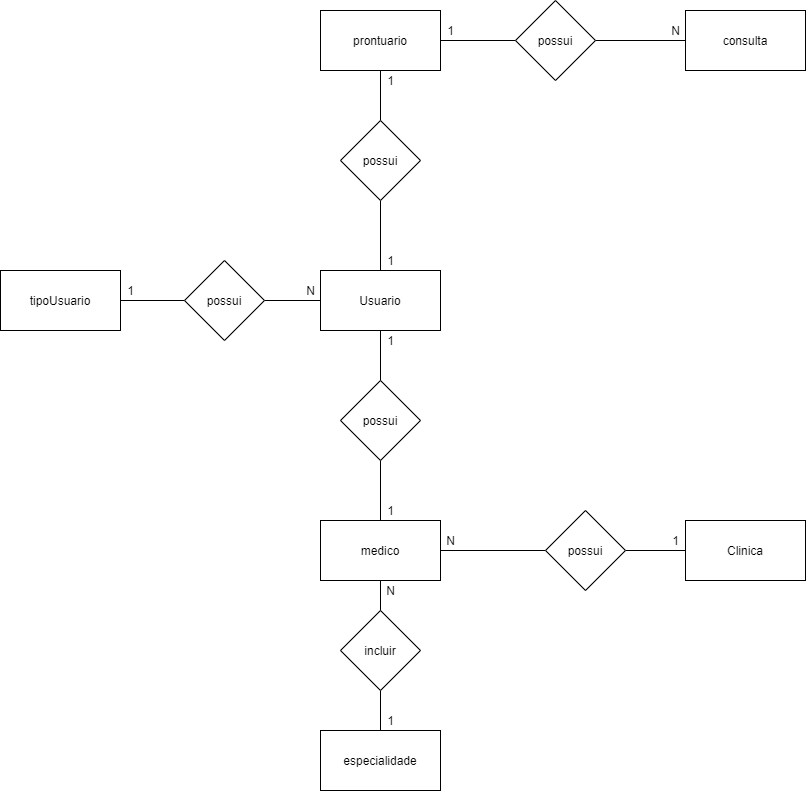
Before: sp med. group/modelagens/modelagem-sp-med-group-conceitual.png, a diagram exported from draw.io (Pedro-B-Alves/senai_sprint1_bd). Source tidied: cells renumbered, new cells last; positions are measured from the earlier drawing's top-left corner, leaving out a move shared by most shapes. The source it was exported from:
```xml
<mxGraphModel>
  <root>
    <mxCell id="0" />
    <mxCell id="1" parent="0" />
    <mxCell id="2" style="edgeStyle=orthogonalEdgeStyle;rounded=0;jettySize=auto;html=1;exitX=1;exitY=0.5;exitDx=0;exitDy=0;entryX=0;entryY=0.5;entryDx=0;entryDy=0;endArrow=none;endFill=0;" parent="1" edge="1" source="3" target="36">
      <mxGeometry relative="1" as="geometry" />
    </mxCell>
    <mxCell id="3" value="prontuario" style="rounded=0;whiteSpace=wrap;html=1;" parent="1" vertex="1">
      <mxGeometry x="320" y="10" width="120" height="60" as="geometry" />
    </mxCell>
    <mxCell id="4" style="edgeStyle=orthogonalEdgeStyle;rounded=0;jettySize=auto;html=1;exitX=1;exitY=0.5;exitDx=0;exitDy=0;entryX=0;entryY=0.5;entryDx=0;entryDy=0;endArrow=none;endFill=0;" parent="1" edge="1" source="5" target="11">
      <mxGeometry relative="1" as="geometry" />
    </mxCell>
    <mxCell id="5" value="tipoUsuario" style="rounded=0;whiteSpace=wrap;html=1;" parent="1" vertex="1">
      <mxGeometry y="270" width="120" height="60" as="geometry" />
    </mxCell>
    <mxCell id="6" style="edgeStyle=orthogonalEdgeStyle;rounded=0;jettySize=auto;html=1;exitX=0.5;exitY=0;exitDx=0;exitDy=0;entryX=0.5;entryY=1;entryDx=0;entryDy=0;endArrow=none;endFill=0;" parent="1" edge="1" source="7" target="16">
      <mxGeometry relative="1" as="geometry" />
    </mxCell>
    <mxCell id="7" value="Usuario" style="rounded=0;whiteSpace=wrap;html=1;" parent="1" vertex="1">
      <mxGeometry x="320" y="270" width="120" height="60" as="geometry" />
    </mxCell>
    <mxCell id="8" value="consulta" style="rounded=0;whiteSpace=wrap;html=1;" parent="1" vertex="1">
      <mxGeometry x="685" y="10" width="120" height="60" as="geometry" />
    </mxCell>
    <mxCell id="9" value="Clinica" style="rounded=0;whiteSpace=wrap;html=1;" parent="1" vertex="1">
      <mxGeometry x="685" y="520" width="120" height="60" as="geometry" />
    </mxCell>
    <mxCell id="10" style="edgeStyle=orthogonalEdgeStyle;rounded=0;jettySize=auto;html=1;exitX=1;exitY=0.5;exitDx=0;exitDy=0;endArrow=none;endFill=0;" parent="1" edge="1" source="11" target="7">
      <mxGeometry relative="1" as="geometry" />
    </mxCell>
    <mxCell id="11" value="possui" style="rhombus;whiteSpace=wrap;html=1;" parent="1" vertex="1">
      <mxGeometry x="184" y="260" width="80" height="80" as="geometry" />
    </mxCell>
    <mxCell id="12" style="edgeStyle=orthogonalEdgeStyle;rounded=0;jettySize=auto;html=1;exitX=0.5;exitY=1;exitDx=0;exitDy=0;entryX=0.5;entryY=0;entryDx=0;entryDy=0;endArrow=none;endFill=0;" parent="1" edge="1" source="14" target="18">
      <mxGeometry relative="1" as="geometry" />
    </mxCell>
    <mxCell id="13" style="edgeStyle=orthogonalEdgeStyle;rounded=0;jettySize=auto;html=1;exitX=1;exitY=0.5;exitDx=0;exitDy=0;entryX=0;entryY=0.5;entryDx=0;entryDy=0;endArrow=none;endFill=0;" parent="1" edge="1" source="14" target="24">
      <mxGeometry relative="1" as="geometry" />
    </mxCell>
    <mxCell id="14" value="medico" style="rounded=0;whiteSpace=wrap;html=1;" parent="1" vertex="1">
      <mxGeometry x="320" y="520" width="120" height="60" as="geometry" />
    </mxCell>
    <mxCell id="15" style="edgeStyle=orthogonalEdgeStyle;rounded=0;jettySize=auto;html=1;exitX=0.5;exitY=0;exitDx=0;exitDy=0;endArrow=none;endFill=0;" parent="1" edge="1" source="16" target="3">
      <mxGeometry relative="1" as="geometry" />
    </mxCell>
    <mxCell id="16" value="possui" style="rhombus;whiteSpace=wrap;html=1;" parent="1" vertex="1">
      <mxGeometry x="340" y="120" width="80" height="80" as="geometry" />
    </mxCell>
    <mxCell id="17" style="edgeStyle=orthogonalEdgeStyle;rounded=0;jettySize=auto;html=1;exitX=0.5;exitY=1;exitDx=0;exitDy=0;entryX=0.5;entryY=0;entryDx=0;entryDy=0;endArrow=none;endFill=0;" parent="1" edge="1" source="18" target="19">
      <mxGeometry relative="1" as="geometry" />
    </mxCell>
    <mxCell id="18" value="incluir" style="rhombus;whiteSpace=wrap;html=1;" parent="1" vertex="1">
      <mxGeometry x="340" y="610" width="80" height="80" as="geometry" />
    </mxCell>
    <mxCell id="19" value="especialidade" style="rounded=0;whiteSpace=wrap;html=1;" parent="1" vertex="1">
      <mxGeometry x="320" y="730" width="120" height="60" as="geometry" />
    </mxCell>
    <mxCell id="20" value="1" style="text;html=1;align=center;verticalAlign=middle;" parent="1" vertex="1">
      <mxGeometry x="380" y="710" width="20" height="20" as="geometry" />
    </mxCell>
    <mxCell id="21" value="1" style="text;html=1;align=center;verticalAlign=middle;" parent="1" vertex="1">
      <mxGeometry x="380" y="70" width="20" height="20" as="geometry" />
    </mxCell>
    <mxCell id="22" value="1" style="text;html=1;align=center;verticalAlign=middle;" parent="1" vertex="1">
      <mxGeometry x="380" y="250" width="20" height="20" as="geometry" />
    </mxCell>
    <mxCell id="23" style="edgeStyle=orthogonalEdgeStyle;rounded=0;jettySize=auto;html=1;exitX=1;exitY=0.5;exitDx=0;exitDy=0;entryX=0;entryY=0.5;entryDx=0;entryDy=0;endArrow=none;endFill=0;" parent="1" edge="1" source="24" target="9">
      <mxGeometry relative="1" as="geometry" />
    </mxCell>
    <mxCell id="24" value="possui" style="rhombus;whiteSpace=wrap;html=1;" parent="1" vertex="1">
      <mxGeometry x="545" y="510" width="80" height="80" as="geometry" />
    </mxCell>
    <mxCell id="25" value="N" style="text;html=1;align=center;verticalAlign=middle;" parent="1" vertex="1">
      <mxGeometry x="380" y="580" width="20" height="20" as="geometry" />
    </mxCell>
    <mxCell id="26" value="N" style="text;html=1;align=center;verticalAlign=middle;" parent="1" vertex="1">
      <mxGeometry x="300" y="280" width="20" height="20" as="geometry" />
    </mxCell>
    <mxCell id="27" value="1" style="text;html=1;align=center;verticalAlign=middle;" parent="1" vertex="1">
      <mxGeometry x="120" y="280" width="20" height="20" as="geometry" />
    </mxCell>
    <mxCell id="28" style="edgeStyle=orthogonalEdgeStyle;rounded=0;jettySize=auto;html=1;exitX=0.5;exitY=0;exitDx=0;exitDy=0;endArrow=none;endFill=0;" parent="1" edge="1" source="30" target="7">
      <mxGeometry relative="1" as="geometry" />
    </mxCell>
    <mxCell id="29" style="edgeStyle=orthogonalEdgeStyle;rounded=0;jettySize=auto;html=1;exitX=0.5;exitY=1;exitDx=0;exitDy=0;entryX=0.5;entryY=0;entryDx=0;entryDy=0;endArrow=none;endFill=0;" parent="1" edge="1" source="30" target="14">
      <mxGeometry relative="1" as="geometry" />
    </mxCell>
    <mxCell id="30" value="possui" style="rhombus;whiteSpace=wrap;html=1;" parent="1" vertex="1">
      <mxGeometry x="340" y="380" width="80" height="80" as="geometry" />
    </mxCell>
    <mxCell id="31" value="1" style="text;html=1;align=center;verticalAlign=middle;" parent="1" vertex="1">
      <mxGeometry x="665" y="530" width="20" height="20" as="geometry" />
    </mxCell>
    <mxCell id="32" value="N" style="text;html=1;align=center;verticalAlign=middle;" parent="1" vertex="1">
      <mxGeometry x="440" y="530" width="20" height="20" as="geometry" />
    </mxCell>
    <mxCell id="33" value="N" style="text;html=1;align=center;verticalAlign=middle;" parent="1" vertex="1">
      <mxGeometry x="665" y="20" width="20" height="20" as="geometry" />
    </mxCell>
    <mxCell id="34" value="1" style="text;html=1;align=center;verticalAlign=middle;" parent="1" vertex="1">
      <mxGeometry x="380" y="500" width="20" height="20" as="geometry" />
    </mxCell>
    <mxCell id="35" style="edgeStyle=orthogonalEdgeStyle;rounded=0;jettySize=auto;html=1;exitX=1;exitY=0.5;exitDx=0;exitDy=0;endArrow=none;endFill=0;" parent="1" edge="1" source="36" target="8">
      <mxGeometry relative="1" as="geometry" />
    </mxCell>
    <mxCell id="36" value="possui" style="rhombus;whiteSpace=wrap;html=1;" parent="1" vertex="1">
      <mxGeometry x="515" width="80" height="80" as="geometry" />
    </mxCell>
    <mxCell id="37" value="1" style="text;html=1;align=center;verticalAlign=middle;" parent="1" vertex="1">
      <mxGeometry x="380" y="330" width="20" height="20" as="geometry" />
    </mxCell>
    <mxCell id="38" value="1" style="text;html=1;align=center;verticalAlign=middle;" parent="1" vertex="1">
      <mxGeometry x="440" y="20" width="20" height="20" as="geometry" />
    </mxCell>
  </root>
</mxGraphModel>
```
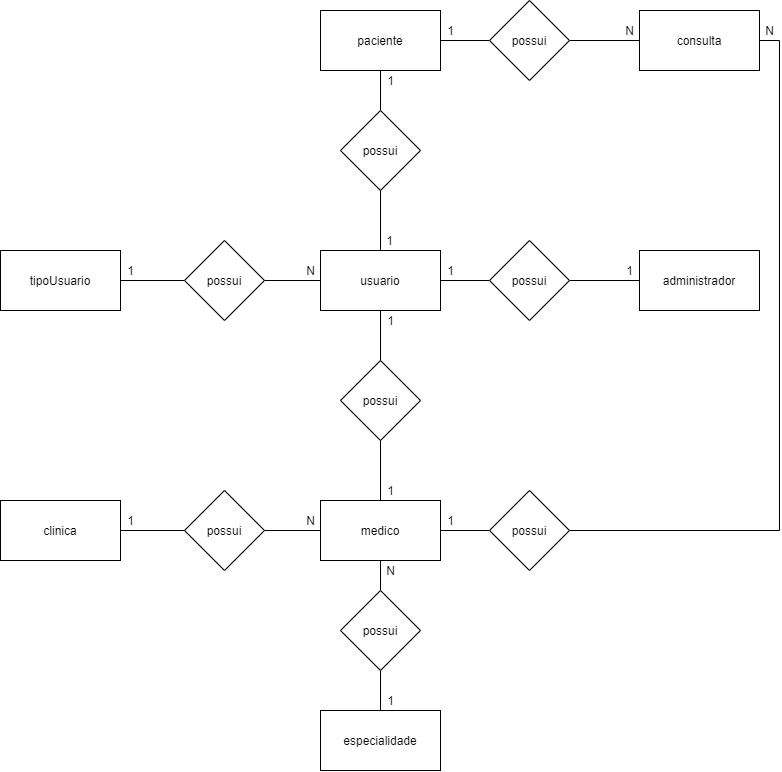
After the commit.

Commit message:
SP Medical Group

The edit, as a diff of the source:
```diff
@@ -2,29 +2,31 @@
   <root>
     <mxCell id="0" />
     <mxCell id="1" parent="0" />
-    <mxCell id="2" style="edgeStyle=orthogonalEdgeStyle;rounded=0;jettySize=auto;html=1;exitX=1;exitY=0.5;exitDx=0;exitDy=0;entryX=0;entryY=0.5;entryDx=0;entryDy=0;endArrow=none;endFill=0;" parent="1" edge="1" source="3" target="36">
-      <mxGeometry relative="1" as="geometry" />
+    <mxCell id="2" style="edgeStyle=orthogonalEdgeStyle;rounded=0;jettySize=auto;html=1;exitX=1;exitY=0.5;exitDx=0;exitDy=0;entryX=0;entryY=0.5;entryDx=0;entryDy=0;endArrow=none;endFill=0;" parent="1" edge="1" target="36">
+      <mxGeometry relative="1" as="geometry">
+        <mxPoint x="440" y="60" as="sourcePoint" />
+      </mxGeometry>
     </mxCell>
-    <mxCell id="3" value="prontuario" style="rounded=0;whiteSpace=wrap;html=1;" parent="1" vertex="1">
-      <mxGeometry x="320" y="10" width="120" height="60" as="geometry" />
-    </mxCell>
     <mxCell id="4" style="edgeStyle=orthogonalEdgeStyle;rounded=0;jettySize=auto;html=1;exitX=1;exitY=0.5;exitDx=0;exitDy=0;entryX=0;entryY=0.5;entryDx=0;entryDy=0;endArrow=none;endFill=0;" parent="1" edge="1" source="5" target="11">
       <mxGeometry relative="1" as="geometry" />
     </mxCell>
     <mxCell id="5" value="tipoUsuario" style="rounded=0;whiteSpace=wrap;html=1;" parent="1" vertex="1">
       <mxGeometry y="270" width="120" height="60" as="geometry" />
     </mxCell>
-    <mxCell id="6" style="edgeStyle=orthogonalEdgeStyle;rounded=0;jettySize=auto;html=1;exitX=0.5;exitY=0;exitDx=0;exitDy=0;entryX=0.5;entryY=1;entryDx=0;entryDy=0;endArrow=none;endFill=0;" parent="1" edge="1" source="7" target="16">
-      <mxGeometry relative="1" as="geometry" />
-    </mxCell>
+    <mxCell id="39" style="edgeStyle=orthogonalEdgeStyle;rounded=0;jettySize=auto;html=1;exitX=1;exitY=0.5;exitDx=0;exitDy=0;entryX=0;entryY=0.5;entryDx=0;entryDy=0;endArrow=none;endFill=0;" parent="1" edge="1" source="7" target="47">
+      <mxGeometry relative="1" as="geometry" />
+    </mxCell>
-    <mxCell id="7" value="Usuario" style="rounded=0;whiteSpace=wrap;html=1;" parent="1" vertex="1">
+    <mxCell id="7" value="usuario" style="rounded=0;whiteSpace=wrap;html=1;" parent="1" vertex="1">
       <mxGeometry x="320" y="270" width="120" height="60" as="geometry" />
     </mxCell>
     <mxCell id="8" value="consulta" style="rounded=0;whiteSpace=wrap;html=1;" parent="1" vertex="1">
-      <mxGeometry x="685" y="10" width="120" height="60" as="geometry" />
+      <mxGeometry x="639" y="30" width="120" height="60" as="geometry" />
     </mxCell>
+    <mxCell id="40" style="edgeStyle=orthogonalEdgeStyle;rounded=0;jettySize=auto;html=1;exitX=1;exitY=0.5;exitDx=0;exitDy=0;entryX=0;entryY=0.5;entryDx=0;entryDy=0;endArrow=none;endFill=0;" parent="1" edge="1" source="9" target="24">
+      <mxGeometry relative="1" as="geometry" />
+    </mxCell>
-    <mxCell id="9" value="Clinica" style="rounded=0;whiteSpace=wrap;html=1;" parent="1" vertex="1">
-      <mxGeometry x="685" y="520" width="120" height="60" as="geometry" />
+    <mxCell id="9" value="clinica" style="rounded=0;whiteSpace=wrap;html=1;" parent="1" vertex="1">
+      <mxGeometry y="520" width="120" height="60" as="geometry" />
     </mxCell>
     <mxCell id="10" style="edgeStyle=orthogonalEdgeStyle;rounded=0;jettySize=auto;html=1;exitX=1;exitY=0.5;exitDx=0;exitDy=0;endArrow=none;endFill=0;" parent="1" edge="1" source="11" target="7">
       <mxGeometry relative="1" as="geometry" />
@@ -35,22 +37,28 @@
     <mxCell id="12" style="edgeStyle=orthogonalEdgeStyle;rounded=0;jettySize=auto;html=1;exitX=0.5;exitY=1;exitDx=0;exitDy=0;entryX=0.5;entryY=0;entryDx=0;entryDy=0;endArrow=none;endFill=0;" parent="1" edge="1" source="14" target="18">
       <mxGeometry relative="1" as="geometry" />
     </mxCell>
-    <mxCell id="13" style="edgeStyle=orthogonalEdgeStyle;rounded=0;jettySize=auto;html=1;exitX=1;exitY=0.5;exitDx=0;exitDy=0;entryX=0;entryY=0.5;entryDx=0;entryDy=0;endArrow=none;endFill=0;" parent="1" edge="1" source="14" target="24">
+    <mxCell id="13" style="edgeStyle=orthogonalEdgeStyle;rounded=0;jettySize=auto;html=1;exitX=0;exitY=0.5;exitDx=0;exitDy=0;entryX=1;entryY=0.5;entryDx=0;entryDy=0;endArrow=none;endFill=0;" parent="1" edge="1" source="14" target="24">
       <mxGeometry relative="1" as="geometry" />
     </mxCell>
+    <mxCell id="41" style="edgeStyle=orthogonalEdgeStyle;rounded=0;jettySize=auto;html=1;exitX=1;exitY=0.5;exitDx=0;exitDy=0;entryX=0;entryY=0.5;entryDx=0;entryDy=0;endArrow=none;endFill=0;" parent="1" edge="1" source="14" target="52">
+      <mxGeometry relative="1" as="geometry" />
+    </mxCell>
     <mxCell id="14" value="medico" style="rounded=0;whiteSpace=wrap;html=1;" parent="1" vertex="1">
       <mxGeometry x="320" y="520" width="120" height="60" as="geometry" />
     </mxCell>
-    <mxCell id="15" style="edgeStyle=orthogonalEdgeStyle;rounded=0;jettySize=auto;html=1;exitX=0.5;exitY=0;exitDx=0;exitDy=0;endArrow=none;endFill=0;" parent="1" edge="1" source="16" target="3">
-      <mxGeometry relative="1" as="geometry" />
-    </mxCell>
+    <mxCell id="42" style="edgeStyle=orthogonalEdgeStyle;rounded=0;jettySize=auto;html=1;exitX=0.5;exitY=1;exitDx=0;exitDy=0;endArrow=none;endFill=0;" parent="1" edge="1" source="16" target="7">
+      <mxGeometry relative="1" as="geometry" />
+    </mxCell>
+    <mxCell id="43" style="edgeStyle=orthogonalEdgeStyle;rounded=0;jettySize=auto;html=1;exitX=0.5;exitY=0;exitDx=0;exitDy=0;endArrow=none;endFill=0;" parent="1" edge="1" source="16" target="44">
+      <mxGeometry relative="1" as="geometry" />
+    </mxCell>
     <mxCell id="16" value="possui" style="rhombus;whiteSpace=wrap;html=1;" parent="1" vertex="1">
-      <mxGeometry x="340" y="120" width="80" height="80" as="geometry" />
+      <mxGeometry x="340" y="130" width="80" height="80" as="geometry" />
     </mxCell>
     <mxCell id="17" style="edgeStyle=orthogonalEdgeStyle;rounded=0;jettySize=auto;html=1;exitX=0.5;exitY=1;exitDx=0;exitDy=0;entryX=0.5;entryY=0;entryDx=0;entryDy=0;endArrow=none;endFill=0;" parent="1" edge="1" source="18" target="19">
       <mxGeometry relative="1" as="geometry" />
     </mxCell>
-    <mxCell id="18" value="incluir" style="rhombus;whiteSpace=wrap;html=1;" parent="1" vertex="1">
+    <mxCell id="18" value="possui" style="rhombus;whiteSpace=wrap;html=1;" parent="1" vertex="1">
       <mxGeometry x="340" y="610" width="80" height="80" as="geometry" />
     </mxCell>
     <mxCell id="19" value="especialidade" style="rounded=0;whiteSpace=wrap;html=1;" parent="1" vertex="1">
@@ -59,17 +67,11 @@
     <mxCell id="20" value="1" style="text;html=1;align=center;verticalAlign=middle;" parent="1" vertex="1">
       <mxGeometry x="380" y="710" width="20" height="20" as="geometry" />
     </mxCell>
-    <mxCell id="21" value="1" style="text;html=1;align=center;verticalAlign=middle;" parent="1" vertex="1">
-      <mxGeometry x="380" y="70" width="20" height="20" as="geometry" />
-    </mxCell>
     <mxCell id="22" value="1" style="text;html=1;align=center;verticalAlign=middle;" parent="1" vertex="1">
-      <mxGeometry x="380" y="250" width="20" height="20" as="geometry" />
+      <mxGeometry x="379" y="250" width="20" height="20" as="geometry" />
     </mxCell>
-    <mxCell id="23" style="edgeStyle=orthogonalEdgeStyle;rounded=0;jettySize=auto;html=1;exitX=1;exitY=0.5;exitDx=0;exitDy=0;entryX=0;entryY=0.5;entryDx=0;entryDy=0;endArrow=none;endFill=0;" parent="1" edge="1" source="24" target="9">
-      <mxGeometry relative="1" as="geometry" />
-    </mxCell>
     <mxCell id="24" value="possui" style="rhombus;whiteSpace=wrap;html=1;" parent="1" vertex="1">
-      <mxGeometry x="545" y="510" width="80" height="80" as="geometry" />
+      <mxGeometry x="184" y="510" width="80" height="80" as="geometry" />
     </mxCell>
     <mxCell id="25" value="N" style="text;html=1;align=center;verticalAlign=middle;" parent="1" vertex="1">
       <mxGeometry x="380" y="580" width="20" height="20" as="geometry" />
@@ -90,13 +92,13 @@
       <mxGeometry x="340" y="380" width="80" height="80" as="geometry" />
     </mxCell>
     <mxCell id="31" value="1" style="text;html=1;align=center;verticalAlign=middle;" parent="1" vertex="1">
-      <mxGeometry x="665" y="530" width="20" height="20" as="geometry" />
+      <mxGeometry x="120" y="530" width="20" height="20" as="geometry" />
     </mxCell>
     <mxCell id="32" value="N" style="text;html=1;align=center;verticalAlign=middle;" parent="1" vertex="1">
-      <mxGeometry x="440" y="530" width="20" height="20" as="geometry" />
+      <mxGeometry x="300" y="530" width="20" height="20" as="geometry" />
     </mxCell>
     <mxCell id="33" value="N" style="text;html=1;align=center;verticalAlign=middle;" parent="1" vertex="1">
-      <mxGeometry x="665" y="20" width="20" height="20" as="geometry" />
+      <mxGeometry x="619" y="40" width="20" height="20" as="geometry" />
     </mxCell>
     <mxCell id="34" value="1" style="text;html=1;align=center;verticalAlign=middle;" parent="1" vertex="1">
       <mxGeometry x="380" y="500" width="20" height="20" as="geometry" />
@@ -105,13 +107,46 @@
       <mxGeometry relative="1" as="geometry" />
     </mxCell>
     <mxCell id="36" value="possui" style="rhombus;whiteSpace=wrap;html=1;" parent="1" vertex="1">
-      <mxGeometry x="515" width="80" height="80" as="geometry" />
+      <mxGeometry x="489" y="20" width="80" height="80" as="geometry" />
     </mxCell>
     <mxCell id="37" value="1" style="text;html=1;align=center;verticalAlign=middle;" parent="1" vertex="1">
       <mxGeometry x="380" y="330" width="20" height="20" as="geometry" />
     </mxCell>
     <mxCell id="38" value="1" style="text;html=1;align=center;verticalAlign=middle;" parent="1" vertex="1">
-      <mxGeometry x="440" y="20" width="20" height="20" as="geometry" />
+      <mxGeometry x="440" y="40" width="20" height="20" as="geometry" />
     </mxCell>
+    <mxCell id="44" value="paciente" style="rounded=0;whiteSpace=wrap;html=1;" parent="1" vertex="1">
+      <mxGeometry x="320" y="30" width="120" height="60" as="geometry" />
+    </mxCell>
+    <mxCell id="45" value="1" style="text;html=1;align=center;verticalAlign=middle;" parent="1" vertex="1">
+      <mxGeometry x="380" y="90" width="20" height="20" as="geometry" />
+    </mxCell>
+    <mxCell id="46" style="edgeStyle=orthogonalEdgeStyle;rounded=0;jettySize=auto;html=1;exitX=1;exitY=0.5;exitDx=0;exitDy=0;entryX=0;entryY=0.5;entryDx=0;entryDy=0;endArrow=none;endFill=0;" parent="1" edge="1" source="47" target="48">
+      <mxGeometry relative="1" as="geometry" />
+    </mxCell>
+    <mxCell id="47" value="possui" style="rhombus;whiteSpace=wrap;html=1;" parent="1" vertex="1">
+      <mxGeometry x="489" y="260" width="80" height="80" as="geometry" />
+    </mxCell>
+    <mxCell id="48" value="administrador" style="rounded=0;whiteSpace=wrap;html=1;" parent="1" vertex="1">
+      <mxGeometry x="639" y="270" width="120" height="60" as="geometry" />
+    </mxCell>
+    <mxCell id="49" value="1" style="text;html=1;align=center;verticalAlign=middle;" parent="1" vertex="1">
+      <mxGeometry x="440" y="280" width="20" height="20" as="geometry" />
+    </mxCell>
+    <mxCell id="50" value="1" style="text;html=1;align=center;verticalAlign=middle;" parent="1" vertex="1">
+      <mxGeometry x="619" y="280" width="20" height="20" as="geometry" />
+    </mxCell>
+    <mxCell id="51" style="edgeStyle=orthogonalEdgeStyle;rounded=0;jettySize=auto;html=1;exitX=1;exitY=0.5;exitDx=0;exitDy=0;entryX=1;entryY=0.5;entryDx=0;entryDy=0;endArrow=none;endFill=0;" parent="1" edge="1" source="52" target="8">
+      <mxGeometry relative="1" as="geometry" />
+    </mxCell>
+    <mxCell id="52" value="possui" style="rhombus;whiteSpace=wrap;html=1;" parent="1" vertex="1">
+      <mxGeometry x="489" y="510" width="80" height="80" as="geometry" />
+    </mxCell>
+    <mxCell id="53" value="1" style="text;html=1;align=center;verticalAlign=middle;" parent="1" vertex="1">
+      <mxGeometry x="440" y="530" width="20" height="20" as="geometry" />
+    </mxCell>
+    <mxCell id="54" value="N" style="text;html=1;align=center;verticalAlign=middle;" parent="1" vertex="1">
+      <mxGeometry x="759" y="40" width="20" height="20" as="geometry" />
+    </mxCell>
   </root>
 </mxGraphModel>
```
